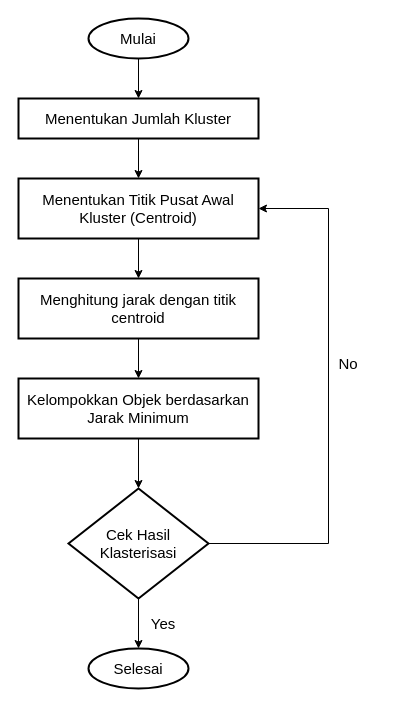
Above: page "Halaman-6" (6 of 6) of Diagram Tanpa Judul.drawio in NayaRPL/bebas (draw.io), before the change. Source tidied: cells renumbered, new cells numbered last; positions are measured from the earlier drawing's top-left corner, leaving out a move shared by most shapes. Both pictures are drawn from the tidied source at 100%, with x=0, y=0 at pixel (18, 18).
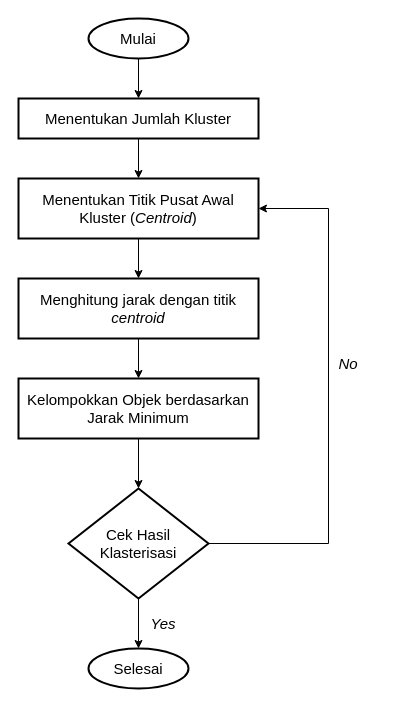
The same diagram, later.

Diff of the diagram source:
```diff
@@
 <mxGraphModel>
   <root>
     <mxCell id="0" />
     <mxCell id="1" parent="0" />
     <mxCell id="2" style="edgeStyle=orthogonalEdgeStyle;rounded=0;jettySize=auto;html=1;exitX=0.5;exitY=1;exitDx=0;exitDy=0;exitPerimeter=0;entryX=0.5;entryY=0;entryDx=0;entryDy=0;" parent="1" edge="1" source="3" target="5">
       <mxGeometry relative="1" as="geometry" />
     </mxCell>
     <mxCell id="3" value="&lt;font style=&quot;font-size: 15px;&quot;&gt;Mulai&lt;/font&gt;" style="strokeWidth=2;html=1;shape=mxgraph.flowchart.start_1;whiteSpace=wrap;" parent="1" vertex="1">
       <mxGeometry x="70" width="100" height="40" as="geometry" />
     </mxCell>
     <mxCell id="4" style="edgeStyle=orthogonalEdgeStyle;rounded=0;jettySize=auto;html=1;exitX=0.5;exitY=1;exitDx=0;exitDy=0;entryX=0.5;entryY=0;entryDx=0;entryDy=0;" parent="1" edge="1" source="5" target="7">
       <mxGeometry relative="1" as="geometry" />
     </mxCell>
     <mxCell id="5" value="&lt;font style=&quot;font-size: 15px;&quot;&gt;Menentukan Jumlah Kluster&lt;/font&gt;" style="rounded=0;whiteSpace=wrap;html=1;absoluteArcSize=1;arcSize=14;strokeWidth=2;" parent="1" vertex="1">
       <mxGeometry y="80" width="240" height="40" as="geometry" />
     </mxCell>
     <mxCell id="6" style="edgeStyle=orthogonalEdgeStyle;rounded=0;jettySize=auto;html=1;exitX=0.5;exitY=1;exitDx=0;exitDy=0;entryX=0.5;entryY=0;entryDx=0;entryDy=0;" parent="1" edge="1" source="7" target="9">
       <mxGeometry relative="1" as="geometry" />
     </mxCell>
-    <mxCell id="7" value="&lt;font style=&quot;font-size: 15px;&quot;&gt;Menentukan Titik Pusat Awal Kluster (Centroid)&lt;/font&gt;" style="rounded=0;whiteSpace=wrap;html=1;absoluteArcSize=1;arcSize=14;strokeWidth=2;" parent="1" vertex="1">
+    <mxCell id="7" value="&lt;font style=&quot;font-size: 15px;&quot;&gt;Menentukan Titik Pusat Awal Kluster (&lt;i&gt;Centroid&lt;/i&gt;)&lt;/font&gt;" style="rounded=0;whiteSpace=wrap;html=1;absoluteArcSize=1;arcSize=14;strokeWidth=2;" parent="1" vertex="1">
       <mxGeometry y="160" width="240" height="60" as="geometry" />
     </mxCell>
     <mxCell id="8" style="edgeStyle=orthogonalEdgeStyle;rounded=0;jettySize=auto;html=1;exitX=0.5;exitY=1;exitDx=0;exitDy=0;entryX=0.5;entryY=0;entryDx=0;entryDy=0;" parent="1" edge="1" source="9" target="11">
       <mxGeometry relative="1" as="geometry" />
     </mxCell>
-    <mxCell id="9" value="&lt;font style=&quot;font-size: 15px;&quot;&gt;Menghitung jarak dengan titik centroid&lt;/font&gt;" style="rounded=0;whiteSpace=wrap;html=1;absoluteArcSize=1;arcSize=14;strokeWidth=2;" parent="1" vertex="1">
+    <mxCell id="9" value="&lt;font style=&quot;font-size: 15px;&quot;&gt;Menghitung jarak dengan titik &lt;i&gt;centroid&lt;/i&gt;&lt;/font&gt;" style="rounded=0;whiteSpace=wrap;html=1;absoluteArcSize=1;arcSize=14;strokeWidth=2;" parent="1" vertex="1">
       <mxGeometry y="260" width="240" height="60" as="geometry" />
     </mxCell>
     <mxCell id="10" style="edgeStyle=orthogonalEdgeStyle;rounded=0;jettySize=auto;html=1;exitX=0.5;exitY=1;exitDx=0;exitDy=0;" parent="1" edge="1" source="11" target="13">
       <mxGeometry relative="1" as="geometry" />
     </mxCell>
     <mxCell id="11" value="&lt;font style=&quot;font-size: 15px;&quot;&gt;Kelompokkan Objek berdasarkan Jarak Minimum&lt;/font&gt;" style="rounded=0;whiteSpace=wrap;html=1;absoluteArcSize=1;arcSize=14;strokeWidth=2;" parent="1" vertex="1">
       <mxGeometry y="360" width="240" height="60" as="geometry" />
     </mxCell>
     <mxCell id="12" style="edgeStyle=orthogonalEdgeStyle;rounded=0;jettySize=auto;html=1;exitX=1;exitY=0.5;exitDx=0;exitDy=0;exitPerimeter=0;entryX=1;entryY=0.5;entryDx=0;entryDy=0;" parent="1" edge="1" source="13" target="7">
       <mxGeometry relative="1" as="geometry">
         <Array as="points">
           <mxPoint x="310" y="525" />
           <mxPoint x="310" y="190" />
         </Array>
       </mxGeometry>
     </mxCell>
     <mxCell id="13" value="&lt;font style=&quot;font-size: 15px;&quot;&gt;Cek Hasil Klasterisasi&lt;/font&gt;" style="strokeWidth=2;html=1;shape=mxgraph.flowchart.decision;whiteSpace=wrap;" parent="1" vertex="1">
       <mxGeometry x="50" y="470" width="140" height="110" as="geometry" />
     </mxCell>
     <mxCell id="14" value="&lt;font style=&quot;font-size: 15px;&quot;&gt;Selesai&lt;/font&gt;" style="strokeWidth=2;html=1;shape=mxgraph.flowchart.start_1;whiteSpace=wrap;" parent="1" vertex="1">
       <mxGeometry x="70" y="630" width="100" height="40" as="geometry" />
     </mxCell>
     <mxCell id="15" style="edgeStyle=orthogonalEdgeStyle;rounded=0;jettySize=auto;html=1;exitX=0.5;exitY=1;exitDx=0;exitDy=0;exitPerimeter=0;entryX=0.5;entryY=0;entryDx=0;entryDy=0;entryPerimeter=0;" parent="1" edge="1" source="13" target="14">
       <mxGeometry relative="1" as="geometry" />
     </mxCell>
-    <mxCell id="16" value="&lt;font style=&quot;font-size: 15px;&quot;&gt;No&lt;/font&gt;" style="text;html=1;align=center;verticalAlign=middle;whiteSpace=wrap;rounded=0;" parent="1" vertex="1">
+    <mxCell id="16" value="&lt;font style=&quot;font-size: 15px;&quot;&gt;&lt;i&gt;No&lt;/i&gt;&lt;/font&gt;" style="text;html=1;align=center;verticalAlign=middle;whiteSpace=wrap;rounded=0;" parent="1" vertex="1">
       <mxGeometry x="290" y="330" width="80" height="30" as="geometry" />
     </mxCell>
-    <mxCell id="17" value="&lt;font style=&quot;font-size: 15px;&quot;&gt;Yes&lt;/font&gt;" style="text;html=1;align=center;verticalAlign=middle;whiteSpace=wrap;rounded=0;" parent="1" vertex="1">
+    <mxCell id="17" value="&lt;font style=&quot;font-size: 15px;&quot;&gt;&lt;i&gt;Yes&lt;/i&gt;&lt;/font&gt;" style="text;html=1;align=center;verticalAlign=middle;whiteSpace=wrap;rounded=0;" parent="1" vertex="1">
       <mxGeometry x="120" y="590" width="50" height="30" as="geometry" />
     </mxCell>
   </root>
 </mxGraphModel>
```
